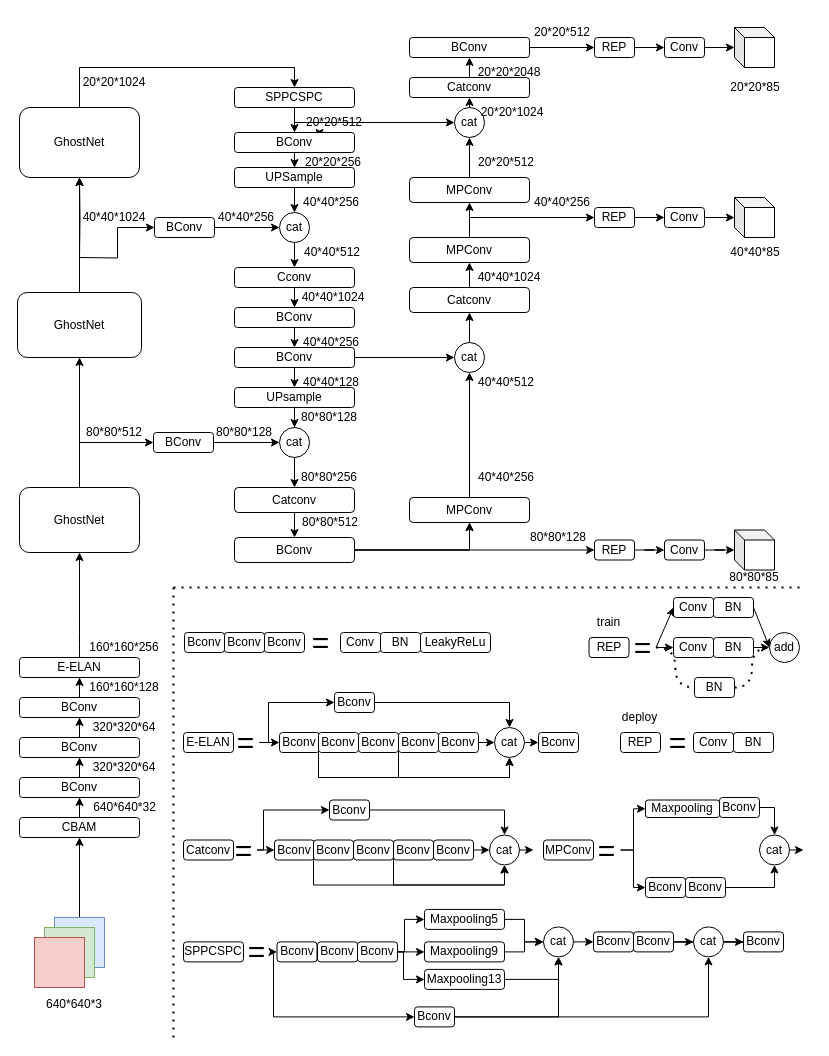
This is yolov7-xs.drawio from YANGJUNYAN0715/papers, a draw.io file, before an edit. Source tidied: cells renumbered, new cells numbered last; positions are measured from the earlier drawing's top-left corner, leaving out a move shared by most shapes. Both pictures are drawn from the tidied source at 100%, with x=0, y=0 at pixel (17, 17).
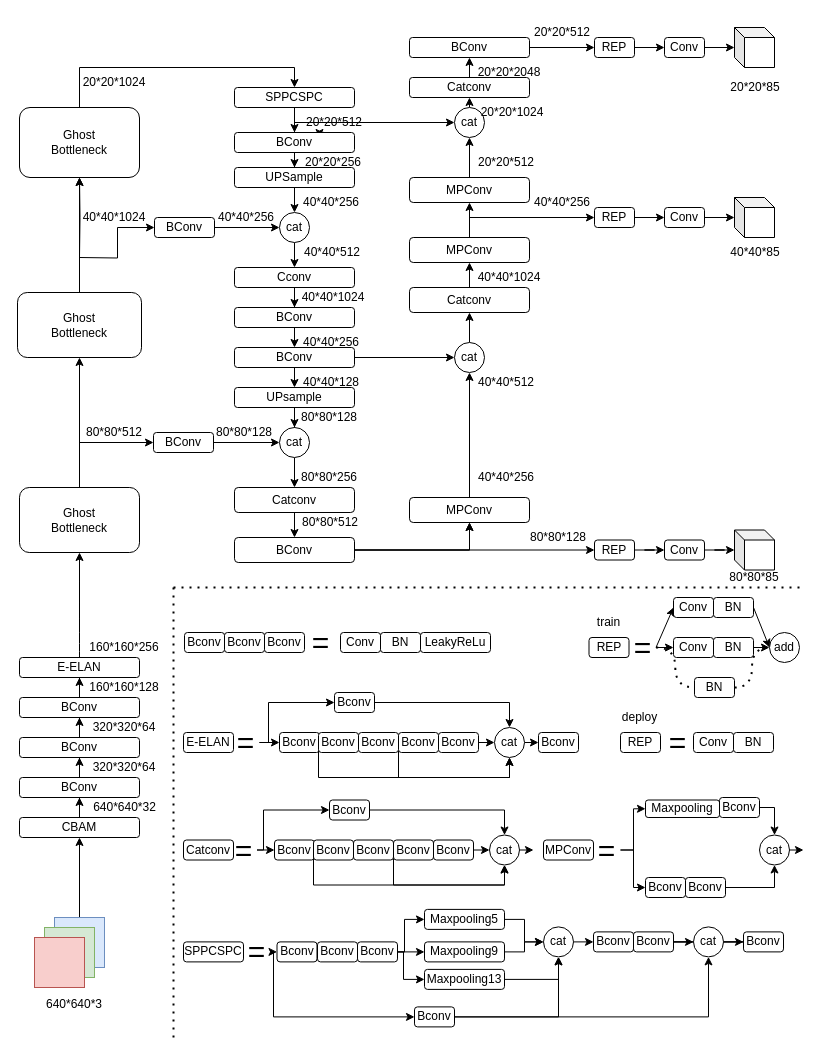
The same diagram, later.

The edit, as a diff of the source:
```diff
@@
-    <mxCell id="18" value="GhostNet" style="rounded=1;whiteSpace=wrap;html=1;" parent="1" vertex="1">
+    <mxCell id="18" value="Ghost&lt;br&gt;Bottleneck" style="rounded=1;whiteSpace=wrap;html=1;" parent="1" vertex="1">
       <mxGeometry x="2" y="470" width="120" height="65" as="geometry" />
     </mxCell>
@@
-    <mxCell id="22" value="GhostNet" style="rounded=1;whiteSpace=wrap;html=1;" parent="1" vertex="1">
+    <mxCell id="22" value="Ghost&lt;br&gt;Bottleneck" style="rounded=1;whiteSpace=wrap;html=1;" parent="1" vertex="1">
       <mxGeometry x="2" y="90" width="120" height="70" as="geometry" />
     </mxCell>
@@
-    <mxCell id="155" value="GhostNet" style="rounded=1;whiteSpace=wrap;html=1;" parent="1" vertex="1">
+    <mxCell id="155" value="Ghost&lt;br&gt;Bottleneck" style="rounded=1;whiteSpace=wrap;html=1;" parent="1" vertex="1">
       <mxGeometry y="275" width="124" height="65" as="geometry" />
     </mxCell>
```
